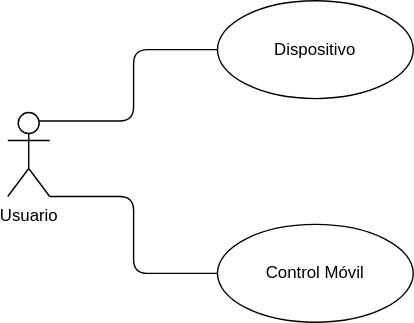
gilpgdm/gilpgdm.github.io keeps this draw.io diagram as 6_iot/img/casos_iot.svg. Above is the earlier version. Source tidied: cells renumbered, new cells last; positions are measured from the earlier drawing's top-left corner, leaving out a move shared by most shapes.
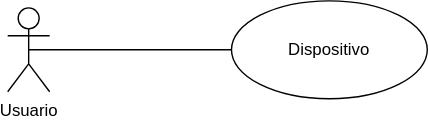
After the change.

Change to the diagram source:
```diff
@@ -6,16 +6,10 @@
       <mxGeometry y="80" width="30" height="60" as="geometry" />
     </mxCell>
     <mxCell id="3" value="Dispositivo" style="ellipse;whiteSpace=wrap;html=1;" parent="1" vertex="1">
-      <mxGeometry x="150" width="140" height="70" as="geometry" />
+      <mxGeometry x="160" y="75" width="140" height="70" as="geometry" />
     </mxCell>
-    <mxCell id="4" value="Control Móvil" style="ellipse;whiteSpace=wrap;html=1;" parent="1" vertex="1">
-      <mxGeometry x="150" y="160" width="140" height="70" as="geometry" />
-    </mxCell>
-    <mxCell id="5" style="endArrow=none;html=1;edgeStyle=orthogonalEdgeStyle;exitX=0.75;exitY=0.1;exitDx=0;exitDy=0;exitPerimeter=0;entryX=0;entryY=0.5;entryDx=0;entryDy=0;" parent="1" edge="1" source="2" target="3">
+    <mxCell id="5" style="endArrow=none;html=1;edgeStyle=orthogonalEdgeStyle;exitX=0.5;exitY=0.5;exitDx=0;exitDy=0;exitPerimeter=0;entryX=0;entryY=0.5;entryDx=0;entryDy=0;" parent="1" edge="1" source="2" target="3">
       <mxGeometry relative="1" as="geometry" />
     </mxCell>
-    <mxCell id="6" style="endArrow=none;html=1;edgeStyle=elbowEdgeStyle;exitX=1;exitY=1;exitDx=0;exitDy=0;exitPerimeter=0;entryX=0;entryY=0.5;entryDx=0;entryDy=0;" parent="1" edge="1" source="2" target="4">
-      <mxGeometry relative="1" as="geometry" />
-    </mxCell>
   </root>
 </mxGraphModel>
```
